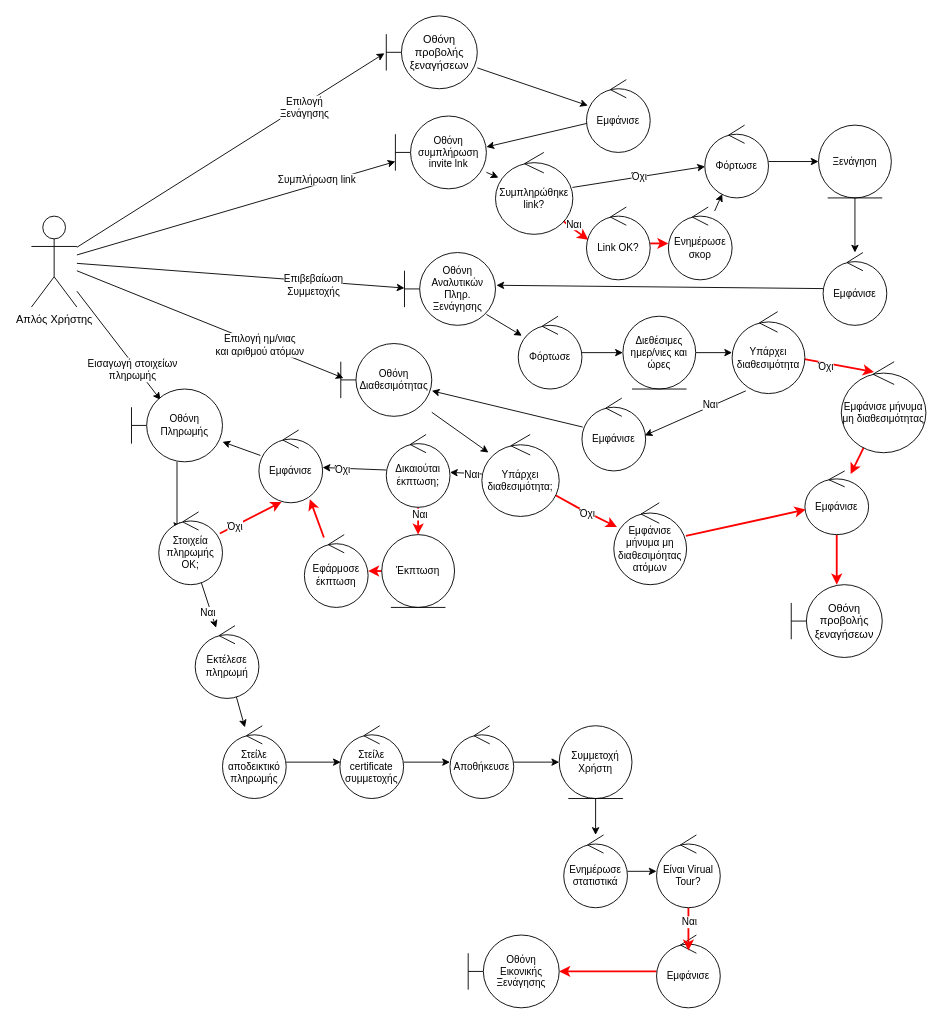
Above: Phase-3/Temp files/Diagrams/Join_Tour_Robustness.drawio in sfikastheo/CEID-SoftwareEngineering-2023 (draw.io), before the change. Source tidied: cells renumbered, new cells numbered last; positions are measured from the earlier drawing's top-left corner, leaving out a move shared by most shapes. Both pictures are drawn from the tidied source at 91%, with x=0, y=0 at pixel (31, 15).
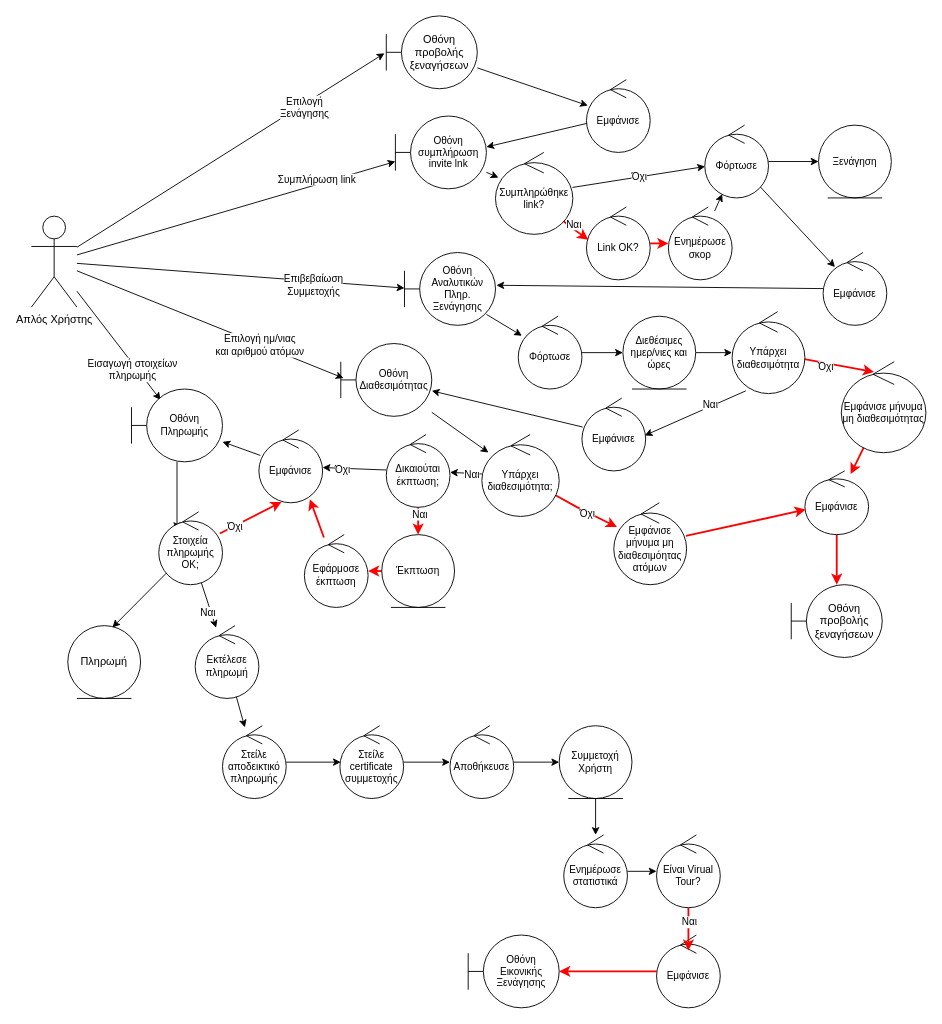
Above is the later version.

Commit message (it also covers changes not shown here):
Final Robustness Diagrams

Unchanged cells that the change refers to:
```xml
<mxCell id="20" value="Φόρτωσε" style="ellipse;shape=umlControl;whiteSpace=wrap;html=1;fontFamily=Helvetica;fontSize=11;fontColor=default;" parent="1" vertex="1">
  <mxGeometry x="740" y="120" width="70" height="80" as="geometry" />
</mxCell>
<mxCell id="22" value="Ξενάγηση" style="ellipse;shape=umlEntity;whiteSpace=wrap;html=1;fontFamily=Helvetica;fontSize=11;fontColor=default;" parent="1" vertex="1">
  <mxGeometry x="865" y="120" width="80" height="80" as="geometry" />
</mxCell>
<mxCell id="24" value="Εμφάνισε" style="ellipse;shape=umlControl;whiteSpace=wrap;html=1;fontFamily=Helvetica;fontSize=11;fontColor=default;" parent="1" vertex="1">
  <mxGeometry x="870" y="260" width="70" height="80" as="geometry" />
</mxCell>
<mxCell id="53" value="&lt;div&gt;Στοιχεία&lt;/div&gt;&lt;div&gt;πληρωμής&lt;/div&gt;&lt;div&gt;ΟΚ;&lt;br&gt;&lt;/div&gt;" style="ellipse;shape=umlControl;whiteSpace=wrap;html=1;fontFamily=Helvetica;fontSize=11;fontColor=default;" parent="1" vertex="1">
  <mxGeometry x="140" y="545" width="70" height="80" as="geometry" />
</mxCell>
```

The edit, as a diff of the source:
```diff
@@
+    <mxCell id="96" style="rounded=0;jettySize=auto;html=1;entryX=0.186;entryY=0.2;entryDx=0;entryDy=0;entryPerimeter=0;" parent="1" edge="1" source="20" target="24">
+      <mxGeometry relative="1" as="geometry" />
+    </mxCell>
@@
-    <mxCell id="21" style="edgeStyle=none;shape=connector;rounded=0;jettySize=auto;html=1;labelBackgroundColor=default;strokeColor=default;fontFamily=Helvetica;fontSize=11;fontColor=default;endArrow=classic;" parent="1" edge="1" source="22" target="24">
-      <mxGeometry relative="1" as="geometry" />
-    </mxCell>
@@
+    <mxCell id="97" style="rounded=0;jettySize=auto;html=1;entryX=0.613;entryY=0.025;entryDx=0;entryDy=0;entryPerimeter=0;" parent="1" edge="1" source="53" target="98">
+      <mxGeometry relative="1" as="geometry" />
+    </mxCell>
@@
+    <mxCell id="98" value="Πληρωμή" style="ellipse;shape=umlEntity;whiteSpace=wrap;html=1;" parent="1" vertex="1">
+      <mxGeometry x="40" y="670" width="80" height="80" as="geometry" />
+    </mxCell>
```
